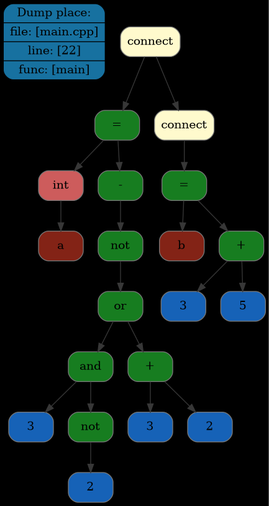
Maksim-Sebelev/Language keeps this Graphviz diagram as FrontEnd/dot/tree/img/tree1.png. Above is the earlier version. Its source is kept beside it as FrontEnd/dot/tree/dot/tree1.dot.
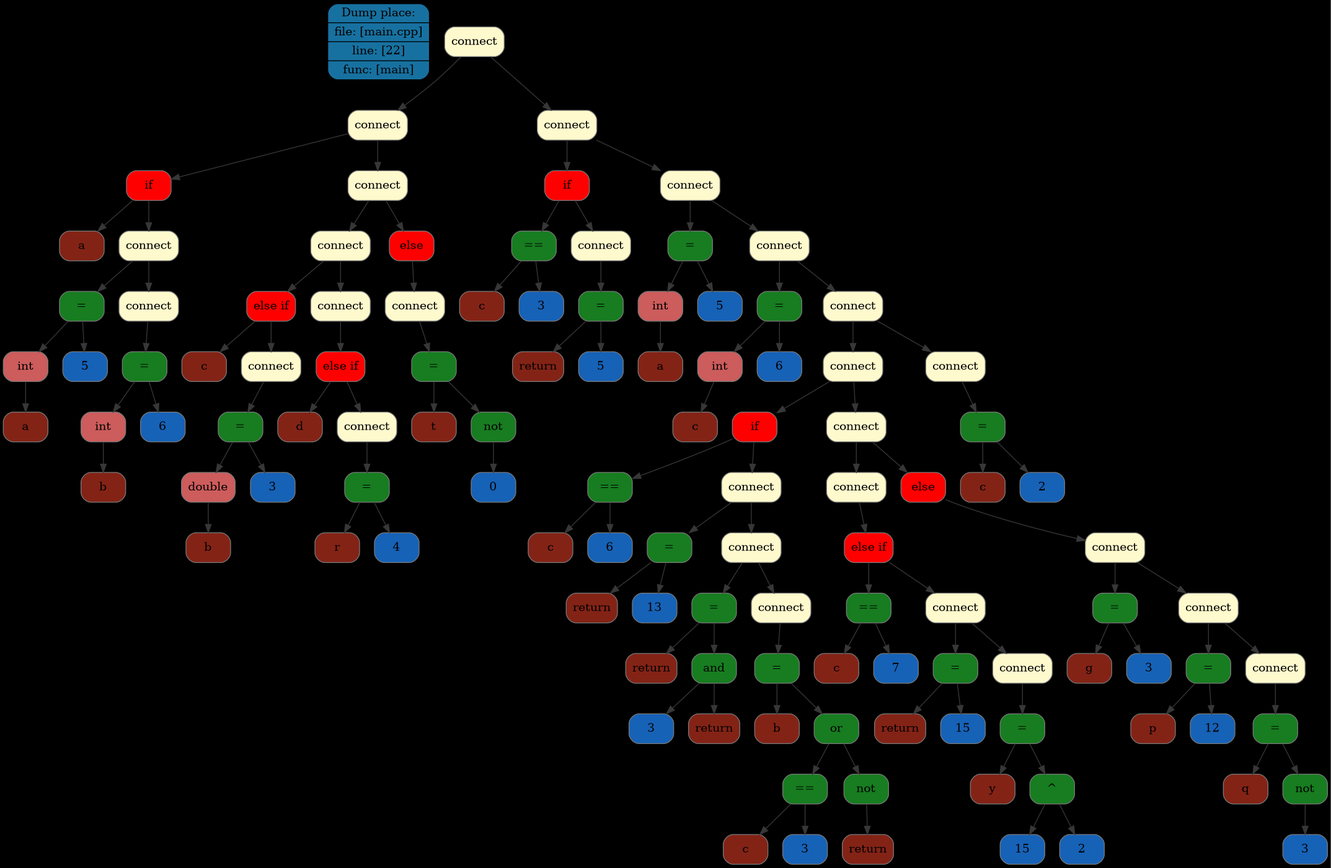
Above is the later version.

Diff of the diagram source:
```diff
@@ -2,44 +2,232 @@
 rankdir=TB
 graph [bgcolor="#000000"];
 place[shape=Mrecord, style=filled, fillcolor="#1771a0", pos="0,1!",label = " { Dump place: | file: [main.cpp] | line: [22] | func: [main] } "color = "#000000"];
-node0x5070000008e0[shape=Mrecord, style=filled, fillcolor="#FFFACD"label = "connect", color = "#777777"];
-node0x5070000005d0[shape=Mrecord, style=filled, fillcolor="#177d20"label = "\=", color = "#777777"];
-node0x507000000090[shape=Mrecord, style=filled, fillcolor="#CD5C5C"label = "int", color = "#777777"];
-node0x507000000100[shape=Mrecord, style=filled, fillcolor="#832316"label = "a", color = "#777777"];
-node0x507000000560[shape=Mrecord, style=filled, fillcolor="#177d20"label = "\-", color = "#777777"];
-node0x5070000004f0[shape=Mrecord, style=filled, fillcolor="#177d20"label = "not", color = "#777777"];
-node0x507000000480[shape=Mrecord, style=filled, fillcolor="#177d20"label = "or", color = "#777777"];
-node0x5070000002c0[shape=Mrecord, style=filled, fillcolor="#177d20"label = "and", color = "#777777"];
-node0x507000000170[shape=Mrecord, style=filled, fillcolor="#1662b7"label = "3", color = "#777777"];
-node0x507000000250[shape=Mrecord, style=filled, fillcolor="#177d20"label = "not", color = "#777777"];
-node0x5070000001e0[shape=Mrecord, style=filled, fillcolor="#1662b7"label = "2", color = "#777777"];
-node0x507000000410[shape=Mrecord, style=filled, fillcolor="#177d20"label = "\+", color = "#777777"];
-node0x507000000330[shape=Mrecord, style=filled, fillcolor="#1662b7"label = "3", color = "#777777"];
-node0x5070000003a0[shape=Mrecord, style=filled, fillcolor="#1662b7"label = "2", color = "#777777"];
-node0x507000000870[shape=Mrecord, style=filled, fillcolor="#FFFACD"label = "connect", color = "#777777"];
-node0x507000000800[shape=Mrecord, style=filled, fillcolor="#177d20"label = "\=", color = "#777777"];
-node0x507000000640[shape=Mrecord, style=filled, fillcolor="#832316"label = "b", color = "#777777"];
-node0x507000000790[shape=Mrecord, style=filled, fillcolor="#177d20"label = "\+", color = "#777777"];
-node0x5070000006b0[shape=Mrecord, style=filled, fillcolor="#1662b7"label = "3", color = "#777777"];
-node0x507000000720[shape=Mrecord, style=filled, fillcolor="#1662b7"label = "5", color = "#777777"];
+node0x507000003200[shape=Mrecord, style=filled, fillcolor="#FFFACD"label = "connect", color = "#777777"];
+node0x507000000f70[shape=Mrecord, style=filled, fillcolor="#FFFACD"label = "connect", color = "#777777"];
+node0x507000000560[shape=Mrecord, style=filled, fillcolor="red"label = "if", color = "#777777"];
+node0x507000000090[shape=Mrecord, style=filled, fillcolor="#832316"label = "a", color = "#777777"];
+node0x5070000004f0[shape=Mrecord, style=filled, fillcolor="#FFFACD"label = "connect", color = "#777777"];
+node0x507000000250[shape=Mrecord, style=filled, fillcolor="#177d20"label = "\=", color = "#777777"];
+node0x507000000100[shape=Mrecord, style=filled, fillcolor="#CD5C5C"label = "int", color = "#777777"];
+node0x507000000170[shape=Mrecord, style=filled, fillcolor="#832316"label = "a", color = "#777777"];
+node0x5070000001e0[shape=Mrecord, style=filled, fillcolor="#1662b7"label = "5", color = "#777777"];
+node0x507000000480[shape=Mrecord, style=filled, fillcolor="#FFFACD"label = "connect", color = "#777777"];
+node0x507000000410[shape=Mrecord, style=filled, fillcolor="#177d20"label = "\=", color = "#777777"];
+node0x5070000002c0[shape=Mrecord, style=filled, fillcolor="#CD5C5C"label = "int", color = "#777777"];
+node0x507000000330[shape=Mrecord, style=filled, fillcolor="#832316"label = "b", color = "#777777"];
+node0x5070000003a0[shape=Mrecord, style=filled, fillcolor="#1662b7"label = "6", color = "#777777"];
+node0x507000000f00[shape=Mrecord, style=filled, fillcolor="#FFFACD"label = "connect", color = "#777777"];
+node0x507000000bf0[shape=Mrecord, style=filled, fillcolor="#FFFACD"label = "connect", color = "#777777"];
+node0x507000000870[shape=Mrecord, style=filled, fillcolor="red"label = "else if", color = "#777777"];
+node0x5070000005d0[shape=Mrecord, style=filled, fillcolor="#832316"label = "c", color = "#777777"];
+node0x507000000800[shape=Mrecord, style=filled, fillcolor="#FFFACD"label = "connect", color = "#777777"];
+node0x507000000790[shape=Mrecord, style=filled, fillcolor="#177d20"label = "\=", color = "#777777"];
+node0x507000000640[shape=Mrecord, style=filled, fillcolor="#CD5C5C"label = "double", color = "#777777"];
+node0x5070000006b0[shape=Mrecord, style=filled, fillcolor="#832316"label = "b", color = "#777777"];
+node0x507000000720[shape=Mrecord, style=filled, fillcolor="#1662b7"label = "3", color = "#777777"];
+node0x507000000b80[shape=Mrecord, style=filled, fillcolor="#FFFACD"label = "connect", color = "#777777"];
+node0x507000000b10[shape=Mrecord, style=filled, fillcolor="red"label = "else if", color = "#777777"];
+node0x5070000008e0[shape=Mrecord, style=filled, fillcolor="#832316"label = "d", color = "#777777"];
+node0x507000000aa0[shape=Mrecord, style=filled, fillcolor="#FFFACD"label = "connect", color = "#777777"];
+node0x507000000a30[shape=Mrecord, style=filled, fillcolor="#177d20"label = "\=", color = "#777777"];
+node0x507000000950[shape=Mrecord, style=filled, fillcolor="#832316"label = "r", color = "#777777"];
+node0x5070000009c0[shape=Mrecord, style=filled, fillcolor="#1662b7"label = "4", color = "#777777"];
+node0x507000000e90[shape=Mrecord, style=filled, fillcolor="red"label = "else", color = "#777777"];
+node0x507000000e20[shape=Mrecord, style=filled, fillcolor="#FFFACD"label = "connect", color = "#777777"];
+node0x507000000db0[shape=Mrecord, style=filled, fillcolor="#177d20"label = "\=", color = "#777777"];
+node0x507000000c60[shape=Mrecord, style=filled, fillcolor="#832316"label = "t", color = "#777777"];
+node0x507000000d40[shape=Mrecord, style=filled, fillcolor="#177d20"label = "not", color = "#777777"];
+node0x507000000cd0[shape=Mrecord, style=filled, fillcolor="#1662b7"label = "0", color = "#777777"];
+node0x507000003190[shape=Mrecord, style=filled, fillcolor="#FFFACD"label = "connect", color = "#777777"];
+node0x5070000012f0[shape=Mrecord, style=filled, fillcolor="red"label = "if", color = "#777777"];
+node0x5070000010c0[shape=Mrecord, style=filled, fillcolor="#177d20"label = "\==", color = "#777777"];
+node0x507000000fe0[shape=Mrecord, style=filled, fillcolor="#832316"label = "c", color = "#777777"];
+node0x507000001050[shape=Mrecord, style=filled, fillcolor="#1662b7"label = "3", color = "#777777"];
+node0x507000001280[shape=Mrecord, style=filled, fillcolor="#FFFACD"label = "connect", color = "#777777"];
+node0x507000001210[shape=Mrecord, style=filled, fillcolor="#177d20"label = "\=", color = "#777777"];
+node0x507000001130[shape=Mrecord, style=filled, fillcolor="#832316"label = "return", color = "#777777"];
+node0x5070000011a0[shape=Mrecord, style=filled, fillcolor="#1662b7"label = "5", color = "#777777"];
+node0x507000003120[shape=Mrecord, style=filled, fillcolor="#FFFACD"label = "connect", color = "#777777"];
+node0x5070000014b0[shape=Mrecord, style=filled, fillcolor="#177d20"label = "\=", color = "#777777"];
+node0x507000001360[shape=Mrecord, style=filled, fillcolor="#CD5C5C"label = "int", color = "#777777"];
+node0x5070000013d0[shape=Mrecord, style=filled, fillcolor="#832316"label = "a", color = "#777777"];
+node0x507000001440[shape=Mrecord, style=filled, fillcolor="#1662b7"label = "5", color = "#777777"];
+node0x5070000030b0[shape=Mrecord, style=filled, fillcolor="#FFFACD"label = "connect", color = "#777777"];
+node0x507000001670[shape=Mrecord, style=filled, fillcolor="#177d20"label = "\=", color = "#777777"];
+node0x507000001520[shape=Mrecord, style=filled, fillcolor="#CD5C5C"label = "int", color = "#777777"];
+node0x507000001590[shape=Mrecord, style=filled, fillcolor="#832316"label = "c", color = "#777777"];
+node0x507000001600[shape=Mrecord, style=filled, fillcolor="#1662b7"label = "6", color = "#777777"];
+node0x507000003040[shape=Mrecord, style=filled, fillcolor="#FFFACD"label = "connect", color = "#777777"];
+node0x507000002e10[shape=Mrecord, style=filled, fillcolor="#FFFACD"label = "connect", color = "#777777"];
+node0x507000002080[shape=Mrecord, style=filled, fillcolor="red"label = "if", color = "#777777"];
+node0x5070000017c0[shape=Mrecord, style=filled, fillcolor="#177d20"label = "\==", color = "#777777"];
+node0x5070000016e0[shape=Mrecord, style=filled, fillcolor="#832316"label = "c", color = "#777777"];
+node0x507000001750[shape=Mrecord, style=filled, fillcolor="#1662b7"label = "6", color = "#777777"];
+node0x507000002010[shape=Mrecord, style=filled, fillcolor="#FFFACD"label = "connect", color = "#777777"];
+node0x507000001910[shape=Mrecord, style=filled, fillcolor="#177d20"label = "\=", color = "#777777"];
+node0x507000001830[shape=Mrecord, style=filled, fillcolor="#832316"label = "return", color = "#777777"];
+node0x5070000018a0[shape=Mrecord, style=filled, fillcolor="#1662b7"label = "13", color = "#777777"];
+node0x507000001fa0[shape=Mrecord, style=filled, fillcolor="#FFFACD"label = "connect", color = "#777777"];
+node0x507000001b40[shape=Mrecord, style=filled, fillcolor="#177d20"label = "\=", color = "#777777"];
+node0x507000001980[shape=Mrecord, style=filled, fillcolor="#832316"label = "return", color = "#777777"];
+node0x507000001ad0[shape=Mrecord, style=filled, fillcolor="#177d20"label = "and", color = "#777777"];
+node0x5070000019f0[shape=Mrecord, style=filled, fillcolor="#1662b7"label = "3", color = "#777777"];
+node0x507000001a60[shape=Mrecord, style=filled, fillcolor="#832316"label = "return", color = "#777777"];
+node0x507000001f30[shape=Mrecord, style=filled, fillcolor="#FFFACD"label = "connect", color = "#777777"];
+node0x507000001ec0[shape=Mrecord, style=filled, fillcolor="#177d20"label = "\=", color = "#777777"];
+node0x507000001bb0[shape=Mrecord, style=filled, fillcolor="#832316"label = "b", color = "#777777"];
+node0x507000001e50[shape=Mrecord, style=filled, fillcolor="#177d20"label = "or", color = "#777777"];
+node0x507000001d00[shape=Mrecord, style=filled, fillcolor="#177d20"label = "\==", color = "#777777"];
+node0x507000001c20[shape=Mrecord, style=filled, fillcolor="#832316"label = "c", color = "#777777"];
+node0x507000001c90[shape=Mrecord, style=filled, fillcolor="#1662b7"label = "3", color = "#777777"];
+node0x507000001de0[shape=Mrecord, style=filled, fillcolor="#177d20"label = "not", color = "#777777"];
+node0x507000001d70[shape=Mrecord, style=filled, fillcolor="#832316"label = "return", color = "#777777"];
+node0x507000002da0[shape=Mrecord, style=filled, fillcolor="#FFFACD"label = "connect", color = "#777777"];
+node0x507000002710[shape=Mrecord, style=filled, fillcolor="#FFFACD"label = "connect", color = "#777777"];
+node0x5070000026a0[shape=Mrecord, style=filled, fillcolor="red"label = "else if", color = "#777777"];
+node0x5070000021d0[shape=Mrecord, style=filled, fillcolor="#177d20"label = "\==", color = "#777777"];
+node0x5070000020f0[shape=Mrecord, style=filled, fillcolor="#832316"label = "c", color = "#777777"];
+node0x507000002160[shape=Mrecord, style=filled, fillcolor="#1662b7"label = "7", color = "#777777"];
+node0x507000002630[shape=Mrecord, style=filled, fillcolor="#FFFACD"label = "connect", color = "#777777"];
+node0x507000002320[shape=Mrecord, style=filled, fillcolor="#177d20"label = "\=", color = "#777777"];
+node0x507000002240[shape=Mrecord, style=filled, fillcolor="#832316"label = "return", color = "#777777"];
+node0x5070000022b0[shape=Mrecord, style=filled, fillcolor="#1662b7"label = "15", color = "#777777"];
+node0x5070000025c0[shape=Mrecord, style=filled, fillcolor="#FFFACD"label = "connect", color = "#777777"];
+node0x507000002550[shape=Mrecord, style=filled, fillcolor="#177d20"label = "\=", color = "#777777"];
+node0x507000002390[shape=Mrecord, style=filled, fillcolor="#832316"label = "y", color = "#777777"];
+node0x5070000024e0[shape=Mrecord, style=filled, fillcolor="#177d20"label = "\^", color = "#777777"];
+node0x507000002400[shape=Mrecord, style=filled, fillcolor="#1662b7"label = "15", color = "#777777"];
+node0x507000002470[shape=Mrecord, style=filled, fillcolor="#1662b7"label = "2", color = "#777777"];
+node0x507000002d30[shape=Mrecord, style=filled, fillcolor="red"label = "else", color = "#777777"];
+node0x507000002cc0[shape=Mrecord, style=filled, fillcolor="#FFFACD"label = "connect", color = "#777777"];
+node0x507000002860[shape=Mrecord, style=filled, fillcolor="#177d20"label = "\=", color = "#777777"];
+node0x507000002780[shape=Mrecord, style=filled, fillcolor="#832316"label = "g", color = "#777777"];
+node0x5070000027f0[shape=Mrecord, style=filled, fillcolor="#1662b7"label = "3", color = "#777777"];
+node0x507000002c50[shape=Mrecord, style=filled, fillcolor="#FFFACD"label = "connect", color = "#777777"];
+node0x5070000029b0[shape=Mrecord, style=filled, fillcolor="#177d20"label = "\=", color = "#777777"];
+node0x5070000028d0[shape=Mrecord, style=filled, fillcolor="#832316"label = "p", color = "#777777"];
+node0x507000002940[shape=Mrecord, style=filled, fillcolor="#1662b7"label = "12", color = "#777777"];
+node0x507000002be0[shape=Mrecord, style=filled, fillcolor="#FFFACD"label = "connect", color = "#777777"];
+node0x507000002b70[shape=Mrecord, style=filled, fillcolor="#177d20"label = "\=", color = "#777777"];
+node0x507000002a20[shape=Mrecord, style=filled, fillcolor="#832316"label = "q", color = "#777777"];
+node0x507000002b00[shape=Mrecord, style=filled, fillcolor="#177d20"label = "not", color = "#777777"];
+node0x507000002a90[shape=Mrecord, style=filled, fillcolor="#1662b7"label = "3", color = "#777777"];
+node0x507000002fd0[shape=Mrecord, style=filled, fillcolor="#FFFACD"label = "connect", color = "#777777"];
+node0x507000002f60[shape=Mrecord, style=filled, fillcolor="#177d20"label = "\=", color = "#777777"];
+node0x507000002e80[shape=Mrecord, style=filled, fillcolor="#832316"label = "c", color = "#777777"];
+node0x507000002ef0[shape=Mrecord, style=filled, fillcolor="#1662b7"label = "2", color = "#777777"];
 edge[color="#373737"];
-node0x5070000008e0->node0x5070000005d0;
-node0x5070000005d0->node0x507000000090;
-node0x507000000090->node0x507000000100;
-node0x5070000005d0->node0x507000000560;
+node0x507000003200->node0x507000000f70;
+node0x507000000f70->node0x507000000560;
+node0x507000000560->node0x507000000090;
 node0x507000000560->node0x5070000004f0;
+node0x5070000004f0->node0x507000000250;
+node0x507000000250->node0x507000000100;
+node0x507000000100->node0x507000000170;
+node0x507000000250->node0x5070000001e0;
 node0x5070000004f0->node0x507000000480;
-node0x507000000480->node0x5070000002c0;
-node0x5070000002c0->node0x507000000170;
-node0x5070000002c0->node0x507000000250;
-node0x507000000250->node0x5070000001e0;
 node0x507000000480->node0x507000000410;
-node0x507000000410->node0x507000000330;
+node0x507000000410->node0x5070000002c0;
+node0x5070000002c0->node0x507000000330;
 node0x507000000410->node0x5070000003a0;
-node0x5070000008e0->node0x507000000870;
+node0x507000000f70->node0x507000000f00;
+node0x507000000f00->node0x507000000bf0;
+node0x507000000bf0->node0x507000000870;
+node0x507000000870->node0x5070000005d0;
 node0x507000000870->node0x507000000800;
-node0x507000000800->node0x507000000640;
 node0x507000000800->node0x507000000790;
-node0x507000000790->node0x5070000006b0;
+node0x507000000790->node0x507000000640;
+node0x507000000640->node0x5070000006b0;
 node0x507000000790->node0x507000000720;
+node0x507000000bf0->node0x507000000b80;
+node0x507000000b80->node0x507000000b10;
+node0x507000000b10->node0x5070000008e0;
+node0x507000000b10->node0x507000000aa0;
+node0x507000000aa0->node0x507000000a30;
+node0x507000000a30->node0x507000000950;
+node0x507000000a30->node0x5070000009c0;
+node0x507000000f00->node0x507000000e90;
+node0x507000000e90->node0x507000000e20;
+node0x507000000e20->node0x507000000db0;
+node0x507000000db0->node0x507000000c60;
+node0x507000000db0->node0x507000000d40;
+node0x507000000d40->node0x507000000cd0;
+node0x507000003200->node0x507000003190;
+node0x507000003190->node0x5070000012f0;
+node0x5070000012f0->node0x5070000010c0;
+node0x5070000010c0->node0x507000000fe0;
+node0x5070000010c0->node0x507000001050;
+node0x5070000012f0->node0x507000001280;
+node0x507000001280->node0x507000001210;
+node0x507000001210->node0x507000001130;
+node0x507000001210->node0x5070000011a0;
+node0x507000003190->node0x507000003120;
+node0x507000003120->node0x5070000014b0;
+node0x5070000014b0->node0x507000001360;
+node0x507000001360->node0x5070000013d0;
+node0x5070000014b0->node0x507000001440;
+node0x507000003120->node0x5070000030b0;
+node0x5070000030b0->node0x507000001670;
+node0x507000001670->node0x507000001520;
+node0x507000001520->node0x507000001590;
+node0x507000001670->node0x507000001600;
+node0x5070000030b0->node0x507000003040;
+node0x507000003040->node0x507000002e10;
+node0x507000002e10->node0x507000002080;
+node0x507000002080->node0x5070000017c0;
+node0x5070000017c0->node0x5070000016e0;
+node0x5070000017c0->node0x507000001750;
+node0x507000002080->node0x507000002010;
+node0x507000002010->node0x507000001910;
+node0x507000001910->node0x507000001830;
+node0x507000001910->node0x5070000018a0;
+node0x507000002010->node0x507000001fa0;
+node0x507000001fa0->node0x507000001b40;
+node0x507000001b40->node0x507000001980;
+node0x507000001b40->node0x507000001ad0;
+node0x507000001ad0->node0x5070000019f0;
+node0x507000001ad0->node0x507000001a60;
+node0x507000001fa0->node0x507000001f30;
+node0x507000001f30->node0x507000001ec0;
+node0x507000001ec0->node0x507000001bb0;
+node0x507000001ec0->node0x507000001e50;
+node0x507000001e50->node0x507000001d00;
+node0x507000001d00->node0x507000001c20;
+node0x507000001d00->node0x507000001c90;
+node0x507000001e50->node0x507000001de0;
+node0x507000001de0->node0x507000001d70;
+node0x507000002e10->node0x507000002da0;
+node0x507000002da0->node0x507000002710;
+node0x507000002710->node0x5070000026a0;
+node0x5070000026a0->node0x5070000021d0;
+node0x5070000021d0->node0x5070000020f0;
+node0x5070000021d0->node0x507000002160;
+node0x5070000026a0->node0x507000002630;
+node0x507000002630->node0x507000002320;
+node0x507000002320->node0x507000002240;
+node0x507000002320->node0x5070000022b0;
+node0x507000002630->node0x5070000025c0;
+node0x5070000025c0->node0x507000002550;
+node0x507000002550->node0x507000002390;
+node0x507000002550->node0x5070000024e0;
+node0x5070000024e0->node0x507000002400;
+node0x5070000024e0->node0x507000002470;
+node0x507000002da0->node0x507000002d30;
+node0x507000002d30->node0x507000002cc0;
+node0x507000002cc0->node0x507000002860;
+node0x507000002860->node0x507000002780;
+node0x507000002860->node0x5070000027f0;
+node0x507000002cc0->node0x507000002c50;
+node0x507000002c50->node0x5070000029b0;
+node0x5070000029b0->node0x5070000028d0;
+node0x5070000029b0->node0x507000002940;
+node0x507000002c50->node0x507000002be0;
+node0x507000002be0->node0x507000002b70;
+node0x507000002b70->node0x507000002a20;
+node0x507000002b70->node0x507000002b00;
+node0x507000002b00->node0x507000002a90;
+node0x507000003040->node0x507000002fd0;
+node0x507000002fd0->node0x507000002f60;
+node0x507000002f60->node0x507000002e80;
+node0x507000002f60->node0x507000002ef0;
 }
```
